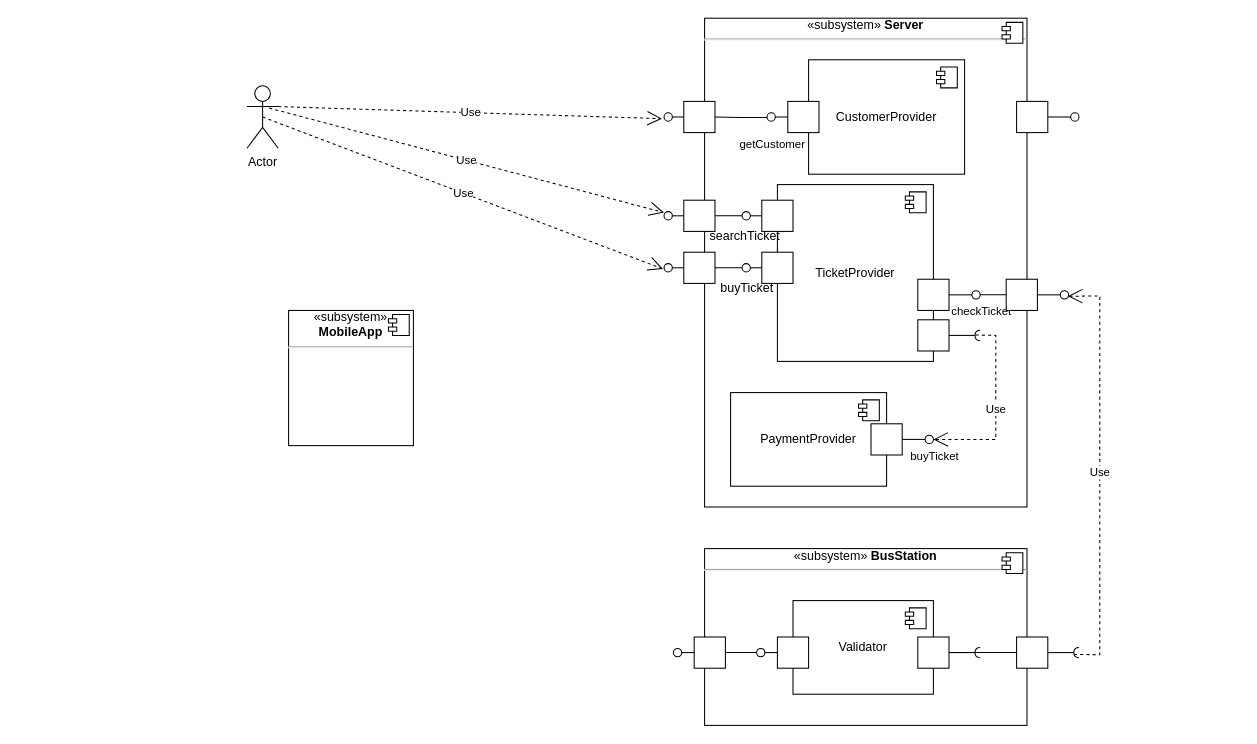
This is seminar4/TicketBus.drawio from Chesnokov-Mikhail/Software_architecture, a draw.io file, before an edit. Source tidied: cells renumbered, new cells numbered last; positions are measured from the earlier drawing's top-left corner, leaving out a move shared by most shapes. Both pictures are drawn from the tidied source at 104%, with x=0, y=0 at pixel (246, 18).
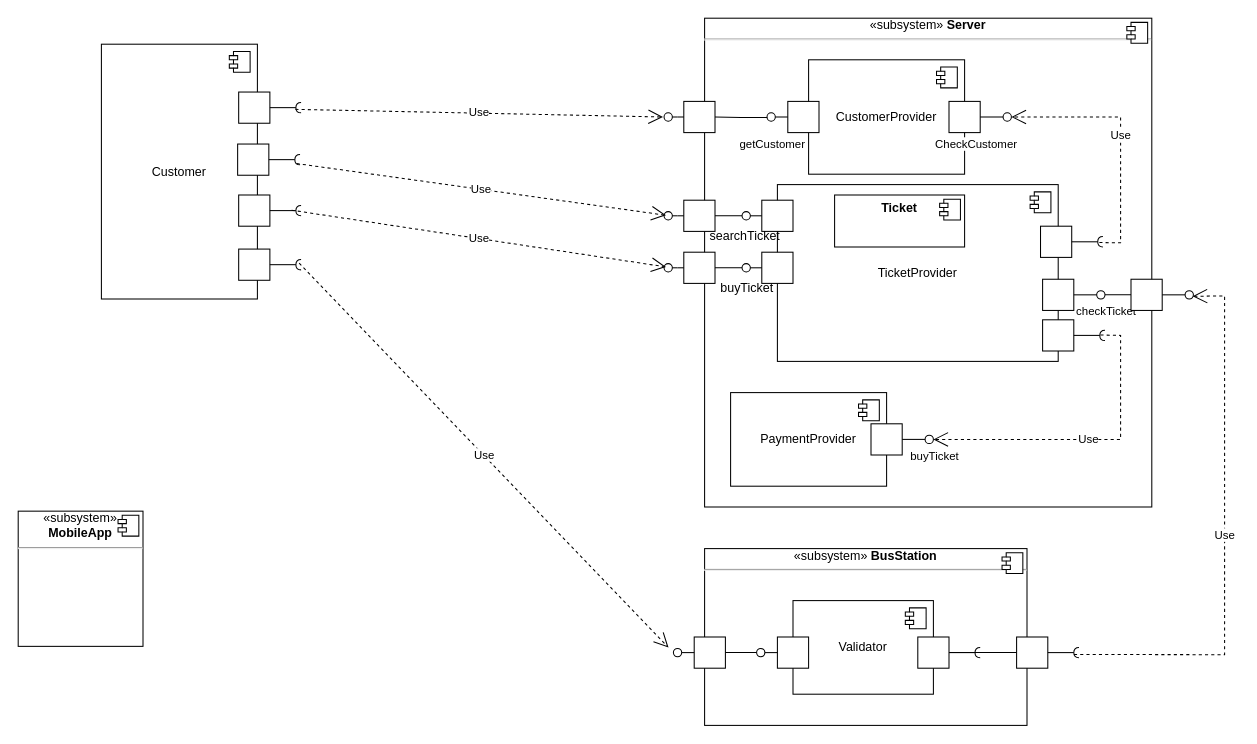
After the change.

The change refers to these unchanged cells:
```xml
<mxCell id="21" style="ellipse;html=1;fontSize=11;align=center;fillColor=none;points=[];verticalAlign=bottom;labelPosition=center;verticalLabelPosition=top;flipH=1;" parent="1" vertex="1">
  <mxGeometry x="652" y="401" width="8" height="8" as="geometry" />
</mxCell>
<mxCell id="38" style="ellipse;html=1;fontSize=11;align=center;fillColor=none;points=[];verticalAlign=bottom;labelPosition=center;verticalLabelPosition=top;flipH=1;" parent="1" vertex="1">
  <mxGeometry x="410" y="606" width="8" height="8" as="geometry" />
</mxCell>
<mxCell id="48" style="shape=requiredInterface;html=1;fontSize=11;align=center;fillColor=none;points=[];verticalAlign=bottom;labelPosition=center;verticalLabelPosition=top;flipH=1;" parent="1" vertex="1">
  <mxGeometry x="795" y="605" width="5" height="10" as="geometry" />
</mxCell>
<mxCell id="53" style="ellipse;html=1;fontSize=11;align=center;fillColor=none;points=[];verticalAlign=bottom;labelPosition=center;verticalLabelPosition=top;flipH=1;" parent="1" vertex="1">
  <mxGeometry x="401" y="91" width="8" height="8" as="geometry" />
</mxCell>
<mxCell id="65" style="ellipse;html=1;fontSize=11;align=center;fillColor=none;points=[];verticalAlign=bottom;labelPosition=center;verticalLabelPosition=top;flipH=1;" parent="1" vertex="1">
  <mxGeometry x="401" y="236" width="8" height="8" as="geometry" />
</mxCell>
<mxCell id="71" style="ellipse;html=1;fontSize=11;align=center;fillColor=none;points=[];verticalAlign=bottom;labelPosition=center;verticalLabelPosition=top;flipH=1;" parent="1" vertex="1">
  <mxGeometry x="401" y="186" width="8" height="8" as="geometry" />
</mxCell>
<mxCell id="87" style="endArrow=none;html=1;rounded=0;align=center;verticalAlign=top;endFill=0;labelBackgroundColor=none;endSize=2;" parent="1" edge="1" source="86" target="88">
  <mxGeometry relative="1" as="geometry" />
</mxCell>
```

The edit, as a diff of the source:
```diff
@@
     <mxCell id="4" value="&lt;div style=&quot;text-align: center;&quot;&gt;&lt;span style=&quot;background-color: initial;&quot;&gt;«subsystem»&amp;nbsp;&lt;/span&gt;&lt;b style=&quot;background-color: initial;&quot;&gt;Server&lt;/b&gt;&lt;/div&gt;&lt;hr style=&quot;text-align: center;&quot;&gt;&lt;p style=&quot;margin:0px;margin-left:8px;&quot;&gt;&lt;br&gt;&lt;/p&gt;" style="align=left;overflow=fill;html=1;whiteSpace=wrap;" parent="1" vertex="1">
-      <mxGeometry x="440" width="310" height="470" as="geometry" />
+      <mxGeometry x="440" width="430" height="470" as="geometry" />
     </mxCell>
@@
     <mxCell id="6" value="&lt;div style=&quot;text-align: center;&quot;&gt;&lt;span style=&quot;background-color: initial;&quot;&gt;«subsystem» &lt;b&gt;MobileApp&lt;/b&gt;&lt;/span&gt;&lt;/div&gt;&lt;hr style=&quot;text-align: center;&quot;&gt;&lt;p style=&quot;margin:0px;margin-left:8px;&quot;&gt;&lt;br&gt;&lt;/p&gt;" style="align=left;overflow=fill;html=1;whiteSpace=wrap;" parent="1" vertex="1">
-      <mxGeometry x="40" y="281" width="120" height="130" as="geometry" />
+      <mxGeometry x="-220" y="474" width="120" height="130" as="geometry" />
     </mxCell>
@@
     <mxCell id="13" value="TicketProvider" style="html=1;whiteSpace=wrap;" parent="1" vertex="1">
-      <mxGeometry x="510" y="160" width="150" height="170" as="geometry" />
+      <mxGeometry x="510" y="160" width="270" height="170" as="geometry" />
     </mxCell>
@@
     <mxCell id="22" value="Use" style="endArrow=open;endSize=12;dashed=1;html=1;rounded=0;exitX=0.881;exitY=0.463;exitDx=0;exitDy=0;exitPerimeter=0;" parent="1" edge="1" source="25" target="21">
       <mxGeometry relative="1" as="geometry">
         <Array as="points">
-          <mxPoint x="720" y="305" />
-          <mxPoint x="720" y="330" />
+          <mxPoint x="840" y="305" />
+          <mxPoint x="840" y="405" />
           <mxPoint x="720" y="405" />
         </Array>
       </mxGeometry>
     </mxCell>
     <mxCell id="23" style="html=1;rounded=0;" parent="1" vertex="1">
-      <mxGeometry x="645" y="290" width="30" height="30" as="geometry" />
+      <mxGeometry x="765" y="290" width="30" height="30" as="geometry" />
     </mxCell>
@@
     <mxCell id="25" style="shape=requiredInterface;html=1;fontSize=11;align=center;fillColor=none;points=[];verticalAlign=bottom;labelPosition=center;verticalLabelPosition=top;flipH=1;" parent="1" vertex="1">
-      <mxGeometry x="700" y="300" width="5" height="10" as="geometry" />
+      <mxGeometry x="820" y="300" width="5" height="10" as="geometry" />
     </mxCell>
     <mxCell id="26" style="html=1;rounded=0;" parent="1" vertex="1">
-      <mxGeometry x="645" y="251" width="30" height="30" as="geometry" />
+      <mxGeometry x="765" y="251" width="30" height="30" as="geometry" />
     </mxCell>
@@
     <mxCell id="30" style="ellipse;html=1;fontSize=11;align=center;fillColor=none;points=[];verticalAlign=bottom;labelPosition=center;verticalLabelPosition=top;flipH=1;" parent="1" vertex="1">
-      <mxGeometry x="697" y="262" width="8" height="8" as="geometry" />
+      <mxGeometry x="817" y="262" width="8" height="8" as="geometry" />
     </mxCell>
     <mxCell id="31" style="html=1;rounded=0;" parent="1" vertex="1">
-      <mxGeometry x="730" y="251" width="30" height="30" as="geometry" />
+      <mxGeometry x="850" y="251" width="30" height="30" as="geometry" />
     </mxCell>
@@
     <mxCell id="33" style="ellipse;html=1;fontSize=11;align=center;fillColor=none;points=[];verticalAlign=bottom;labelPosition=center;verticalLabelPosition=top;flipH=1;" parent="1" vertex="1">
-      <mxGeometry x="782" y="262" width="8" height="8" as="geometry" />
+      <mxGeometry x="902" y="262" width="8" height="8" as="geometry" />
     </mxCell>
@@
     <mxCell id="49" value="Use" style="endArrow=open;endSize=12;dashed=1;html=1;rounded=0;exitX=0.97;exitY=0.685;exitDx=0;exitDy=0;exitPerimeter=0;entryX=0.097;entryY=0.676;entryDx=0;entryDy=0;entryPerimeter=0;" parent="1" edge="1" source="48" target="33">
       <mxGeometry relative="1" as="geometry">
         <Array as="points">
-          <mxPoint x="820" y="612" />
-          <mxPoint x="820" y="440" />
-          <mxPoint x="820" y="267" />
+          <mxPoint x="940" y="612" />
+          <mxPoint x="940" y="460" />
+          <mxPoint x="940" y="267" />
         </Array>
       </mxGeometry>
     </mxCell>
@@
-    <mxCell id="59" value="Actor" style="shape=umlActor;verticalLabelPosition=bottom;verticalAlign=top;html=1;" parent="1" vertex="1">
-      <mxGeometry y="65" width="30" height="60" as="geometry" />
-    </mxCell>
@@
-    <mxCell id="62" value="Use" style="endArrow=open;endSize=12;dashed=1;html=1;rounded=0;exitX=1;exitY=0.3333333333333333;exitDx=0;exitDy=0;exitPerimeter=0;entryX=1.253;entryY=0.702;entryDx=0;entryDy=0;entryPerimeter=0;" parent="1" edge="1" source="59" target="53">
-      <mxGeometry relative="1" as="geometry" />
-    </mxCell>
@@
-    <mxCell id="84" value="Use" style="endArrow=open;endSize=12;dashed=1;html=1;rounded=0;exitX=0.711;exitY=0.357;exitDx=0;exitDy=0;exitPerimeter=0;entryX=1.014;entryY=0.111;entryDx=0;entryDy=0;entryPerimeter=0;" parent="1" edge="1" source="59" target="71">
-      <mxGeometry relative="1" as="geometry" />
-    </mxCell>
-    <mxCell id="85" value="Use" style="endArrow=open;endSize=12;dashed=1;html=1;rounded=0;exitX=0.5;exitY=0.5;exitDx=0;exitDy=0;exitPerimeter=0;entryX=1.125;entryY=0.639;entryDx=0;entryDy=0;entryPerimeter=0;" parent="1" edge="1" source="59" target="65">
-      <mxGeometry relative="1" as="geometry" />
-    </mxCell>
     <mxCell id="86" style="html=1;rounded=0;" parent="1" vertex="1">
-      <mxGeometry x="740" y="80" width="30" height="30" as="geometry" />
+      <mxGeometry x="675" y="80" width="30" height="30" as="geometry" />
     </mxCell>
@@
+    <mxCell id="89" value="CheckCustomer" style="edgeLabel;html=1;align=center;verticalAlign=middle;" parent="87" vertex="1">
+      <mxGeometry x="-0.04" y="-1" relative="1" as="geometry">
+        <mxPoint x="-16" y="24" as="offset" />
+      </mxGeometry>
+    </mxCell>
     <mxCell id="88" style="ellipse;html=1;fontSize=11;align=center;fillColor=none;points=[];verticalAlign=bottom;labelPosition=center;verticalLabelPosition=top;flipH=1;" parent="1" vertex="1">
-      <mxGeometry x="792" y="91" width="8" height="8" as="geometry" />
+      <mxGeometry x="727" y="91" width="8" height="8" as="geometry" />
     </mxCell>
+    <mxCell id="90" style="html=1;rounded=0;" parent="1" vertex="1">
+      <mxGeometry x="763" y="200" width="30" height="30" as="geometry" />
+    </mxCell>
+    <mxCell id="91" style="endArrow=none;html=1;rounded=0;align=center;verticalAlign=top;endFill=0;labelBackgroundColor=none;endSize=2;" parent="1" edge="1" source="90" target="92">
+      <mxGeometry relative="1" as="geometry" />
+    </mxCell>
+    <mxCell id="92" style="shape=requiredInterface;html=1;fontSize=11;align=center;fillColor=none;points=[];verticalAlign=bottom;labelPosition=center;verticalLabelPosition=top;flipH=1;" parent="1" vertex="1">
+      <mxGeometry x="818" y="210" width="5" height="10" as="geometry" />
+    </mxCell>
+    <mxCell id="93" value="Use" style="endArrow=open;endSize=12;dashed=1;html=1;rounded=0;exitX=0.686;exitY=0.572;exitDx=0;exitDy=0;exitPerimeter=0;" parent="1" edge="1" source="92" target="88">
+      <mxGeometry relative="1" as="geometry">
+        <Array as="points">
+          <mxPoint x="840" y="216" />
+          <mxPoint x="840" y="160" />
+          <mxPoint x="840" y="95" />
+        </Array>
+      </mxGeometry>
+    </mxCell>
+    <mxCell id="94" value="Customer" style="html=1;whiteSpace=wrap;" parent="1" vertex="1">
+      <mxGeometry x="-140" y="25" width="150" height="245" as="geometry" />
+    </mxCell>
+    <mxCell id="95" style="shape=module;jettyWidth=8;jettyHeight=4;" parent="94" vertex="1">
+      <mxGeometry x="1" width="20" height="20" relative="1" as="geometry">
+        <mxPoint x="-27" y="7" as="offset" />
+      </mxGeometry>
+    </mxCell>
+    <mxCell id="96" style="html=1;rounded=0;" parent="1" vertex="1">
+      <mxGeometry x="-8" y="71" width="30" height="30" as="geometry" />
+    </mxCell>
+    <mxCell id="97" style="endArrow=none;html=1;rounded=0;align=center;verticalAlign=top;endFill=0;labelBackgroundColor=none;endSize=2;" parent="1" edge="1" source="96" target="98">
+      <mxGeometry relative="1" as="geometry" />
+    </mxCell>
+    <mxCell id="98" style="shape=requiredInterface;html=1;fontSize=11;align=center;fillColor=none;points=[];verticalAlign=bottom;labelPosition=center;verticalLabelPosition=top;flipH=1;" parent="1" vertex="1">
+      <mxGeometry x="47" y="81" width="5" height="10" as="geometry" />
+    </mxCell>
+    <mxCell id="99" style="html=1;rounded=0;" parent="1" vertex="1">
+      <mxGeometry x="-9" y="121" width="30" height="30" as="geometry" />
+    </mxCell>
+    <mxCell id="100" style="endArrow=none;html=1;rounded=0;align=center;verticalAlign=top;endFill=0;labelBackgroundColor=none;endSize=2;" parent="1" edge="1" source="99" target="101">
+      <mxGeometry relative="1" as="geometry" />
+    </mxCell>
+    <mxCell id="101" style="shape=requiredInterface;html=1;fontSize=11;align=center;fillColor=none;points=[];verticalAlign=bottom;labelPosition=center;verticalLabelPosition=top;flipH=1;" parent="1" vertex="1">
+      <mxGeometry x="46" y="131" width="5" height="10" as="geometry" />
+    </mxCell>
+    <mxCell id="102" style="html=1;rounded=0;" parent="1" vertex="1">
+      <mxGeometry x="-8" y="170" width="30" height="30" as="geometry" />
+    </mxCell>
+    <mxCell id="103" style="endArrow=none;html=1;rounded=0;align=center;verticalAlign=top;endFill=0;labelBackgroundColor=none;endSize=2;" parent="1" edge="1" source="102" target="104">
+      <mxGeometry relative="1" as="geometry" />
+    </mxCell>
+    <mxCell id="104" style="shape=requiredInterface;html=1;fontSize=11;align=center;fillColor=none;points=[];verticalAlign=bottom;labelPosition=center;verticalLabelPosition=top;flipH=1;" parent="1" vertex="1">
+      <mxGeometry x="47" y="180" width="5" height="10" as="geometry" />
+    </mxCell>
+    <mxCell id="105" style="html=1;rounded=0;" parent="1" vertex="1">
+      <mxGeometry x="-8" y="222" width="30" height="30" as="geometry" />
+    </mxCell>
+    <mxCell id="106" style="endArrow=none;html=1;rounded=0;align=center;verticalAlign=top;endFill=0;labelBackgroundColor=none;endSize=2;" parent="1" edge="1" source="105" target="107">
+      <mxGeometry relative="1" as="geometry" />
+    </mxCell>
+    <mxCell id="107" style="shape=requiredInterface;html=1;fontSize=11;align=center;fillColor=none;points=[];verticalAlign=bottom;labelPosition=center;verticalLabelPosition=top;flipH=1;" parent="1" vertex="1">
+      <mxGeometry x="47" y="232" width="5" height="10" as="geometry" />
+    </mxCell>
+    <mxCell id="108" value="Use" style="endArrow=open;endSize=12;dashed=1;html=1;rounded=0;exitX=1.097;exitY=0.664;exitDx=0;exitDy=0;exitPerimeter=0;" parent="1" edge="1" source="98">
+      <mxGeometry relative="1" as="geometry">
+        <mxPoint x="400" y="95" as="targetPoint" />
+      </mxGeometry>
+    </mxCell>
+    <mxCell id="109" value="Use" style="endArrow=open;endSize=12;dashed=1;html=1;rounded=0;exitX=0.655;exitY=0.876;exitDx=0;exitDy=0;exitPerimeter=0;entryX=0.765;entryY=0.432;entryDx=0;entryDy=0;entryPerimeter=0;" parent="1" edge="1" source="101" target="71">
+      <mxGeometry relative="1" as="geometry" />
+    </mxCell>
+    <mxCell id="110" value="Use" style="endArrow=open;endSize=12;dashed=1;html=1;rounded=0;exitX=1.824;exitY=0.461;exitDx=0;exitDy=0;exitPerimeter=0;entryX=0.765;entryY=0.394;entryDx=0;entryDy=0;entryPerimeter=0;" parent="1" edge="1" source="104" target="65">
+      <mxGeometry relative="1" as="geometry" />
+    </mxCell>
+    <mxCell id="111" value="Use" style="endArrow=open;endSize=12;dashed=1;html=1;rounded=0;exitX=0.37;exitY=0.352;exitDx=0;exitDy=0;exitPerimeter=0;entryX=1.587;entryY=-0.098;entryDx=0;entryDy=0;entryPerimeter=0;" parent="1" edge="1" source="107" target="38">
+      <mxGeometry relative="1" as="geometry" />
+    </mxCell>
+    <mxCell id="112" value="&lt;p style=&quot;margin:0px;margin-top:6px;text-align:center;&quot;&gt;&lt;b&gt;Ticket&lt;/b&gt;&lt;/p&gt;" style="align=left;overflow=fill;html=1;whiteSpace=wrap;" parent="1" vertex="1">
+      <mxGeometry x="565" y="170" width="125" height="50" as="geometry" />
+    </mxCell>
+    <mxCell id="113" style="shape=component;jettyWidth=8;jettyHeight=4;" parent="112" vertex="1">
+      <mxGeometry x="1" width="20" height="20" relative="1" as="geometry">
+        <mxPoint x="-24" y="4" as="offset" />
+      </mxGeometry>
+    </mxCell>
```
